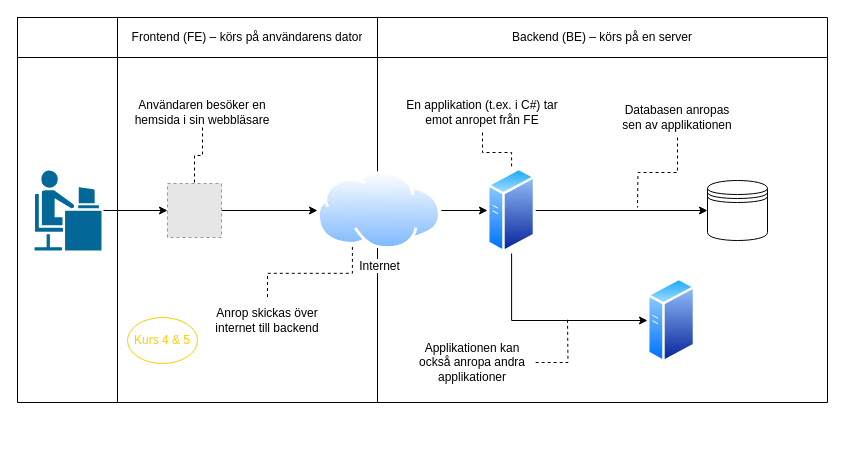
Above: Web request overview.drawio in erik-stenbacka-sigma/fullstack-databaser (draw.io), before the change. Source tidied: cells renumbered, new cells numbered last; positions are measured from the earlier drawing's top-left corner, leaving out a move shared by most shapes. Both pictures are drawn from the tidied source at 100%, with x=0, y=0 at pixel (17, 17). Pictures stored in the file or linked from it are replaced by grey dashed boxes.
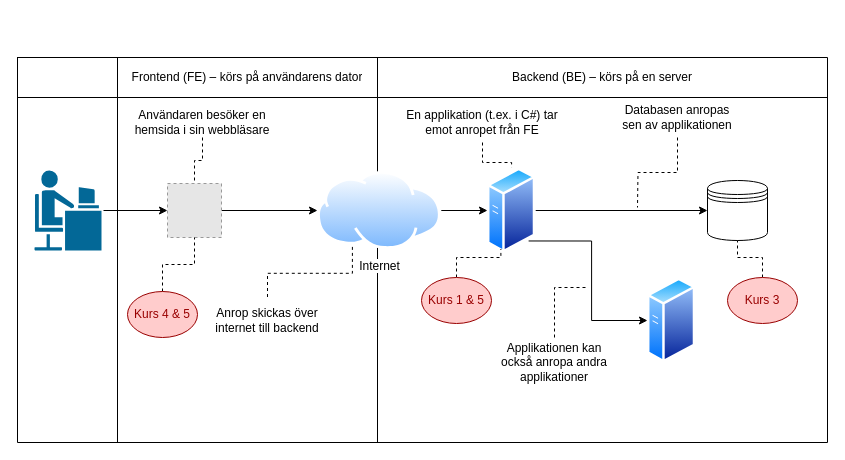
After the change.

The change refers to these unchanged cells:
```xml
<mxCell id="12" style="fillColor=#E6E6E6;strokeColor=#999999;dashed=1;html=1;verticalAlign=top;verticalLabelPosition=bottom;labelBackgroundColor=#ffffff;" parent="1" vertex="1">
  <mxGeometry x="150" y="166" width="54" height="54" as="geometry" />
</mxCell>
<mxCell id="15" style="shape=datastore;whiteSpace=wrap;html=1;" parent="1" vertex="1">
  <mxGeometry x="690" y="163" width="60" height="60" as="geometry" />
</mxCell>
<mxCell id="20" style="perimeter=ellipsePerimeter;html=1;align=center;shadow=0;dashed=0;spacingTop=3;image;image=img/lib/active_directory/generic_server.svg;" parent="1" vertex="1">
  <mxGeometry x="470" y="150" width="48.2" height="86" as="geometry" />
</mxCell>
<mxCell id="21" style="perimeter=ellipsePerimeter;html=1;align=center;shadow=0;dashed=0;spacingTop=3;image;image=img/lib/active_directory/generic_server.svg;" parent="1" vertex="1">
  <mxGeometry x="630" y="260" width="48.2" height="86" as="geometry" />
</mxCell>
```

What changed in the source:
```diff
@@
     <mxCell id="2" style="shape=table;html=1;whiteSpace=wrap;startSize=0;childLayout=tableLayout;" parent="1" vertex="1">
-      <mxGeometry width="810" height="385" as="geometry" />
+      <mxGeometry y="40" width="810" height="385" as="geometry" />
     </mxCell>
@@
-    <mxCell id="18" style="edgeStyle=orthogonalEdgeStyle;rounded=0;jettySize=auto;html=1;exitX=0.5;exitY=1;exitDx=0;exitDy=0;entryX=0;entryY=0.5;entryDx=0;entryDy=0;" parent="1" edge="1" source="20" target="21">
+    <mxCell id="18" style="edgeStyle=orthogonalEdgeStyle;rounded=0;jettySize=auto;html=1;exitX=1;exitY=1;exitDx=0;exitDy=0;entryX=0;entryY=0.5;entryDx=0;entryDy=0;" parent="1" edge="1" source="20" target="21">
       <mxGeometry relative="1" as="geometry" />
     </mxCell>
@@
     <mxCell id="23" value="Användaren besöker en hemsida i sin webbläsare" style="text;html=1;strokeColor=none;fillColor=none;align=center;verticalAlign=middle;whiteSpace=wrap;rounded=0;" parent="1" vertex="1">
-      <mxGeometry x="110" y="80" width="150" height="30" as="geometry" />
+      <mxGeometry x="110" y="90" width="150" height="30" as="geometry" />
     </mxCell>
@@
     <mxCell id="27" value="En applikation (t.ex. i C#) tar emot anropet från FE" style="text;html=1;strokeColor=none;fillColor=none;align=center;verticalAlign=middle;whiteSpace=wrap;rounded=0;" parent="1" vertex="1">
-      <mxGeometry x="380" y="75" width="170" height="40" as="geometry" />
+      <mxGeometry x="380" y="85" width="170" height="40" as="geometry" />
     </mxCell>
@@
-    <mxCell id="30" style="edgeStyle=orthogonalEdgeStyle;rounded=0;jettySize=auto;html=1;exitX=1;exitY=0.5;exitDx=0;exitDy=0;dashed=1;endArrow=none;endFill=0;" parent="1" edge="1" source="31">
-      <mxGeometry relative="1" as="geometry">
-        <mxPoint x="550" y="300" as="targetPoint" />
-      </mxGeometry>
-    </mxCell>
+    <mxCell id="33" style="edgeStyle=orthogonalEdgeStyle;rounded=0;jettySize=auto;html=1;exitX=0.5;exitY=0;exitDx=0;exitDy=0;dashed=1;endArrow=none;endFill=0;fontColor=#990000;" parent="1" edge="1" source="31">
+      <mxGeometry relative="1" as="geometry">
+        <mxPoint x="570" y="270" as="targetPoint" />
+        <Array as="points">
+          <mxPoint x="537" y="270" />
+        </Array>
+      </mxGeometry>
+    </mxCell>
     <mxCell id="31" value="Applikationen kan också anropa andra applikationer" style="text;html=1;strokeColor=none;fillColor=none;align=center;verticalAlign=middle;whiteSpace=wrap;rounded=0;" parent="1" vertex="1">
-      <mxGeometry x="392.2" y="320" width="126" height="50" as="geometry" />
+      <mxGeometry x="474" y="320" width="126" height="50" as="geometry" />
     </mxCell>
+    <mxCell id="34" style="edgeStyle=orthogonalEdgeStyle;rounded=0;jettySize=auto;html=1;exitX=0.5;exitY=0;exitDx=0;exitDy=0;dashed=1;endArrow=none;endFill=0;fontColor=#990000;" parent="1" edge="1" source="32" target="12">
+      <mxGeometry relative="1" as="geometry" />
+    </mxCell>
-    <mxCell id="32" value="Kurs 4 &amp;amp; 5" style="ellipse;whiteSpace=wrap;html=1;strokeColor=#ffcc00;fontColor=#ffcc00;" parent="1" vertex="1">
-      <mxGeometry x="110" y="300" width="70" height="46" as="geometry" />
+    <mxCell id="32" value="Kurs 4 &amp;amp; 5" style="ellipse;whiteSpace=wrap;html=1;fontColor=#990000;fillColor=#FFCCCC;strokeColor=#990000;" parent="1" vertex="1">
+      <mxGeometry x="110" y="274" width="70" height="46" as="geometry" />
     </mxCell>
+    <mxCell id="35" style="edgeStyle=orthogonalEdgeStyle;rounded=0;jettySize=auto;html=1;exitX=0.5;exitY=0;exitDx=0;exitDy=0;entryX=0.25;entryY=1;entryDx=0;entryDy=0;dashed=1;endArrow=none;endFill=0;fontColor=#990000;" parent="1" edge="1" source="36" target="20">
+      <mxGeometry relative="1" as="geometry" />
+    </mxCell>
+    <mxCell id="36" value="Kurs 1 &amp;amp; 5" style="ellipse;whiteSpace=wrap;html=1;fontColor=#990000;fillColor=#FFCCCC;strokeColor=#990000;" parent="1" vertex="1">
+      <mxGeometry x="404" y="260" width="70" height="46" as="geometry" />
+    </mxCell>
+    <mxCell id="37" style="edgeStyle=orthogonalEdgeStyle;rounded=0;jettySize=auto;html=1;exitX=0.5;exitY=0;exitDx=0;exitDy=0;dashed=1;endArrow=none;endFill=0;fontColor=#990000;" parent="1" edge="1" source="38" target="15">
+      <mxGeometry relative="1" as="geometry" />
+    </mxCell>
+    <mxCell id="38" value="Kurs 3" style="ellipse;whiteSpace=wrap;html=1;fontColor=#990000;fillColor=#FFCCCC;strokeColor=#990000;" parent="1" vertex="1">
+      <mxGeometry x="710" y="260" width="70" height="46" as="geometry" />
+    </mxCell>
```
